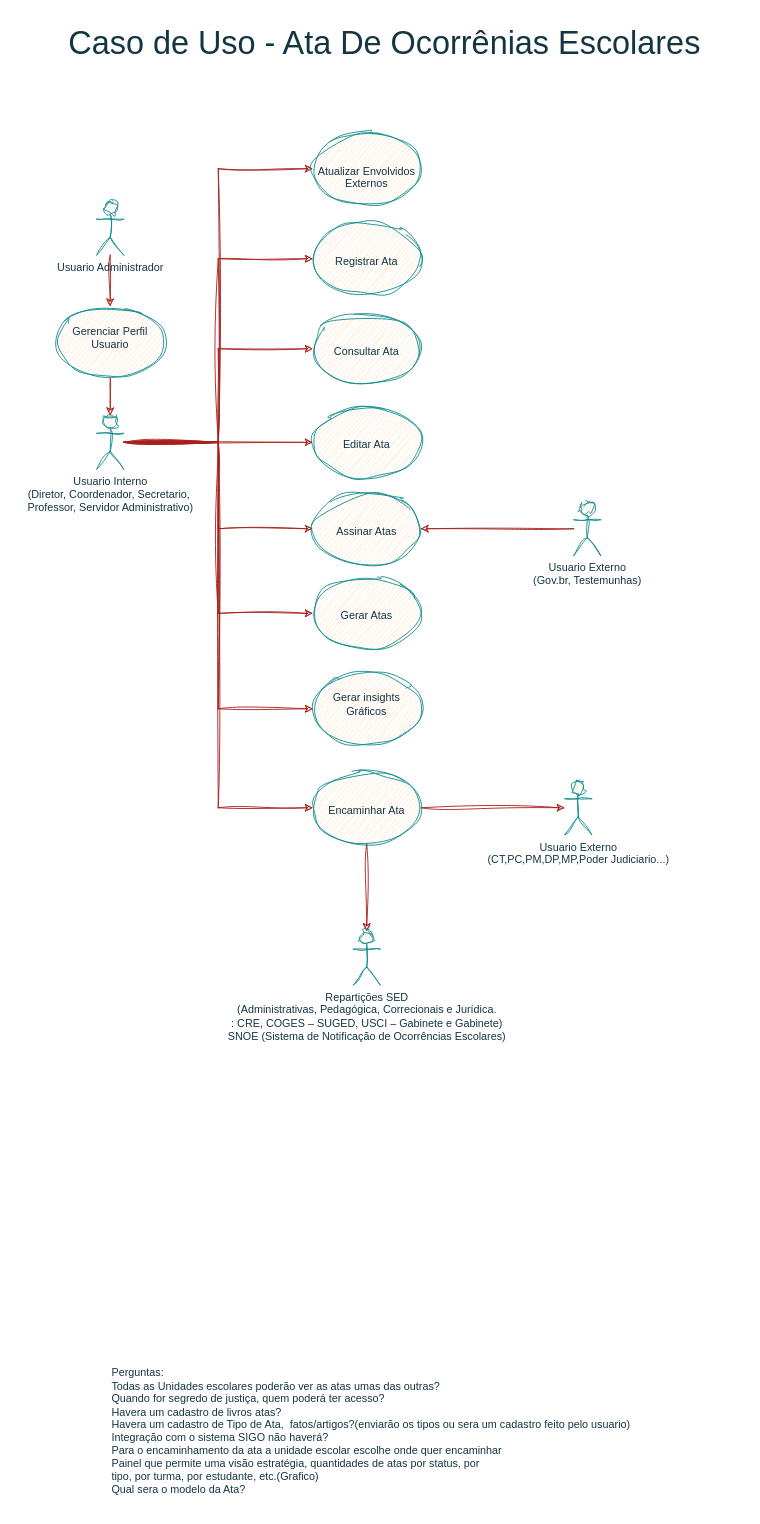
Above: Ata.drawio in Regis-Dias/Ata_Digital (draw.io), before the change. Source tidied: cells renumbered, new cells numbered last; positions are measured from the earlier drawing's top-left corner, leaving out a move shared by most shapes. Both pictures are drawn from the tidied source at 90%, with x=0, y=0 at pixel (15, 15).
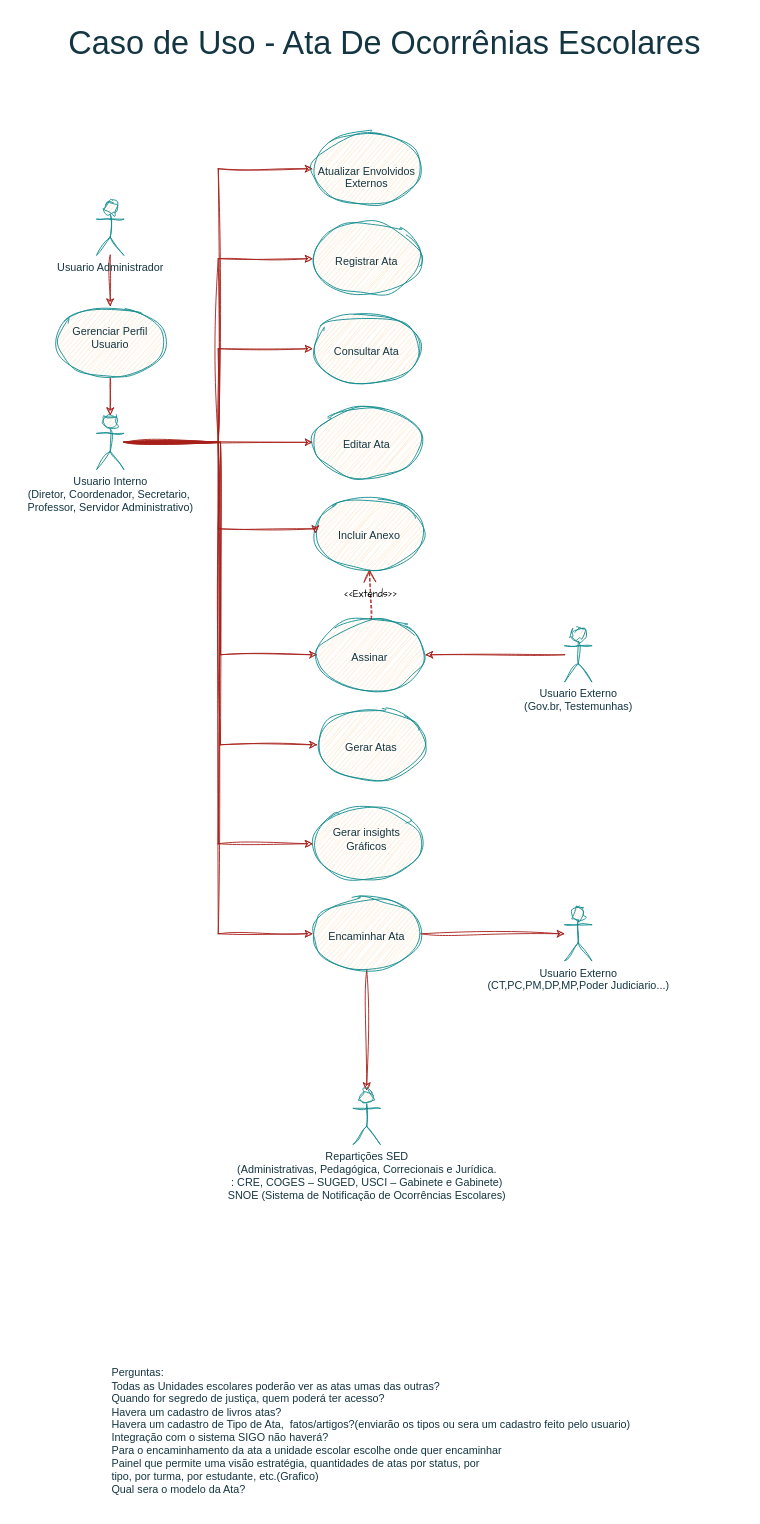
After the change.

Commit message:
Atualizacao Ata 03.drawio

What changed in the source:
```diff
@@
     <mxCell id="12" value="Usuario Externo&lt;div&gt;(CT,PC,PM,DP,MP,Poder Judiciario...)&lt;/div&gt;" style="shape=umlActor;verticalLabelPosition=bottom;verticalAlign=top;html=1;outlineConnect=0;labelBackgroundColor=none;fillColor=#FAE5C7;strokeColor=#0F8B8D;fontColor=#143642;sketch=1;curveFitting=1;jiggle=2;" parent="1" vertex="1">
-      <mxGeometry x="610" y="850" width="30" height="60" as="geometry" />
+      <mxGeometry x="610" y="990" width="30" height="60" as="geometry" />
     </mxCell>
@@
     <mxCell id="17" value="&lt;div&gt;&lt;br&gt;&lt;/div&gt;&lt;div&gt;&lt;span style=&quot;background-color: initial;&quot;&gt;&lt;br&gt;&lt;/span&gt;&lt;/div&gt;&lt;div&gt;&lt;span style=&quot;background-color: initial;&quot;&gt;Encaminhar Ata&lt;/span&gt;&lt;br&gt;&lt;/div&gt;&lt;div&gt;&lt;/div&gt;&lt;div&gt;&lt;/div&gt;&lt;div&gt;&lt;/div&gt;" style="ellipse;whiteSpace=wrap;html=1;strokeColor=#0F8B8D;align=center;verticalAlign=top;fontFamily=Helvetica;fontSize=12;fontColor=#143642;fillColor=#FAE5C7;labelBackgroundColor=none;sketch=1;curveFitting=1;jiggle=2;" parent="1" vertex="1">
-      <mxGeometry x="330" y="840" width="120" height="80" as="geometry" />
+      <mxGeometry x="330" y="980" width="120" height="80" as="geometry" />
     </mxCell>
@@
     <mxCell id="19" value="&lt;div&gt;&lt;br&gt;&lt;/div&gt;&lt;div&gt;&lt;br&gt;&lt;/div&gt;Gerar Atas&lt;div&gt;&lt;/div&gt;" style="ellipse;whiteSpace=wrap;html=1;strokeColor=#0F8B8D;align=center;verticalAlign=top;fontFamily=Helvetica;fontSize=12;fontColor=#143642;fillColor=#FAE5C7;labelBackgroundColor=none;sketch=1;curveFitting=1;jiggle=2;" parent="1" vertex="1">
-      <mxGeometry x="330" y="624" width="120" height="80" as="geometry" />
+      <mxGeometry x="335" y="770" width="120" height="80" as="geometry" />
     </mxCell>
-    <mxCell id="20" value="&lt;div&gt;&lt;br&gt;&lt;/div&gt;&lt;div&gt;&lt;br&gt;&lt;/div&gt;Assinar Atas&lt;div&gt;&lt;/div&gt;&lt;div&gt;&lt;/div&gt;" style="ellipse;whiteSpace=wrap;html=1;strokeColor=#0F8B8D;align=center;verticalAlign=top;fontFamily=Helvetica;fontSize=12;fontColor=#143642;fillColor=#FAE5C7;labelBackgroundColor=none;sketch=1;curveFitting=1;jiggle=2;" parent="1" vertex="1">
-      <mxGeometry x="330" y="530" width="120" height="80" as="geometry" />
+    <mxCell id="20" value="&lt;div&gt;&lt;br&gt;&lt;/div&gt;&lt;div&gt;&lt;br&gt;&lt;/div&gt;Assinar&amp;nbsp;&lt;div&gt;&lt;/div&gt;&lt;div&gt;&lt;/div&gt;" style="ellipse;whiteSpace=wrap;html=1;strokeColor=#0F8B8D;align=center;verticalAlign=top;fontFamily=Helvetica;fontSize=12;fontColor=#143642;fillColor=#FAE5C7;labelBackgroundColor=none;sketch=1;curveFitting=1;jiggle=2;" parent="1" vertex="1">
+      <mxGeometry x="335" y="670" width="120" height="80" as="geometry" />
     </mxCell>
@@
     <mxCell id="27" value="Usuario Externo&lt;div&gt;(Gov.br, Testemunhas)&lt;/div&gt;" style="shape=umlActor;verticalLabelPosition=bottom;verticalAlign=top;html=1;outlineConnect=0;labelBackgroundColor=none;fillColor=#FAE5C7;strokeColor=#0F8B8D;fontColor=#143642;sketch=1;curveFitting=1;jiggle=2;" parent="1" vertex="1">
-      <mxGeometry x="620" y="540" width="30" height="60" as="geometry" />
+      <mxGeometry x="610" y="680" width="30" height="60" as="geometry" />
     </mxCell>
@@
     <mxCell id="29" value="&lt;div&gt;Repartições SED&lt;br&gt;&lt;div&gt;(Administrativas, Pedagógica, Correcionais e Jurídica.&lt;br&gt;: CRE, COGES – SUGED, USCI – Gabinete e Gabinete)&lt;br&gt;&lt;/div&gt;&lt;/div&gt;&lt;div&gt;SNOE (Sistema de Notificação de Ocorrências Escolares)&lt;br&gt;&lt;/div&gt;&lt;div&gt;&lt;br&gt;&lt;/div&gt;" style="shape=umlActor;verticalLabelPosition=bottom;verticalAlign=top;html=1;outlineConnect=0;labelBackgroundColor=none;fillColor=#FAE5C7;strokeColor=#0F8B8D;fontColor=#143642;sketch=1;curveFitting=1;jiggle=2;" parent="1" vertex="1">
-      <mxGeometry x="375" y="1017" width="30" height="60" as="geometry" />
+      <mxGeometry x="375" y="1194" width="30" height="60" as="geometry" />
     </mxCell>
     <mxCell id="30" value="&lt;div&gt;&lt;br&gt;&lt;/div&gt;&lt;div&gt;&lt;span style=&quot;background-color: initial;&quot;&gt;Gerar insights&lt;/span&gt;&lt;br&gt;&lt;/div&gt;Gráficos&lt;div&gt;&lt;/div&gt;&lt;div&gt;&lt;/div&gt;" style="ellipse;whiteSpace=wrap;html=1;strokeColor=#0F8B8D;align=center;verticalAlign=top;fontFamily=Helvetica;fontSize=12;fontColor=#143642;fillColor=#FAE5C7;labelBackgroundColor=none;sketch=1;curveFitting=1;jiggle=2;" parent="1" vertex="1">
-      <mxGeometry x="330" y="730" width="120" height="80" as="geometry" />
+      <mxGeometry x="330" y="880" width="120" height="80" as="geometry" />
     </mxCell>
+    <mxCell id="31" value="&amp;lt;&amp;lt;Extends&amp;gt;&amp;gt;" style="endArrow=open;endSize=12;dashed=1;html=1;rounded=0;hachureGap=4;fontFamily=Architects Daughter;exitX=0.5;exitY=0;exitDx=0;exitDy=0;entryX=0.5;entryY=1;entryDx=0;entryDy=0;labelBackgroundColor=none;strokeColor=#A8201A;fontColor=default;sketch=1;curveFitting=1;jiggle=2;" parent="1" edge="1" source="20" target="32">
+      <mxGeometry relative="1" as="geometry" />
+    </mxCell>
+    <mxCell id="32" value="&lt;div&gt;&lt;br&gt;&lt;/div&gt;&lt;div&gt;&lt;br&gt;&lt;/div&gt;Incluir Anexo&lt;div&gt;&lt;/div&gt;&lt;div&gt;&lt;/div&gt;&lt;div&gt;&lt;/div&gt;" style="ellipse;whiteSpace=wrap;html=1;strokeColor=#0F8B8D;align=center;verticalAlign=top;fontFamily=Helvetica;fontSize=12;fontColor=#143642;fillColor=#FAE5C7;labelBackgroundColor=none;sketch=1;curveFitting=1;jiggle=2;" parent="1" vertex="1">
+      <mxGeometry x="333" y="535" width="120" height="80" as="geometry" />
+    </mxCell>
+    <mxCell id="33" style="edgeStyle=orthogonalEdgeStyle;rounded=0;jettySize=auto;html=1;fontFamily=Helvetica;fontSize=12;fontColor=default;labelBackgroundColor=none;strokeColor=#A8201A;sketch=1;curveFitting=1;jiggle=2;entryX=0;entryY=0.5;entryDx=0;entryDy=0;" parent="1" edge="1" target="32">
+      <mxGeometry relative="1" as="geometry">
+        <mxPoint x="125" y="473.7" as="sourcePoint" />
+        <Array as="points">
+          <mxPoint x="225" y="474" />
+          <mxPoint x="225" y="570" />
+        </Array>
+      </mxGeometry>
+    </mxCell>
```
